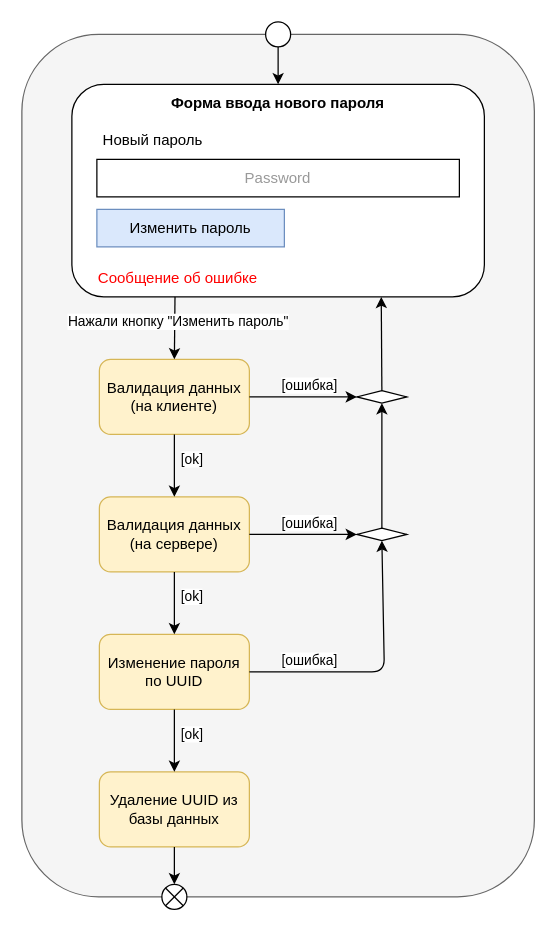
aVorotnikov/micro_design keeps this draw.io diagram as task2/raw/new_password.drawio. Above is the earlier version. Source tidied: cells renumbered, new cells numbered last; positions are measured from the earlier drawing's top-left corner, leaving out a move shared by most shapes. Both pictures are drawn from the tidied source at 125%, with x=0, y=0 at pixel (21, 21).
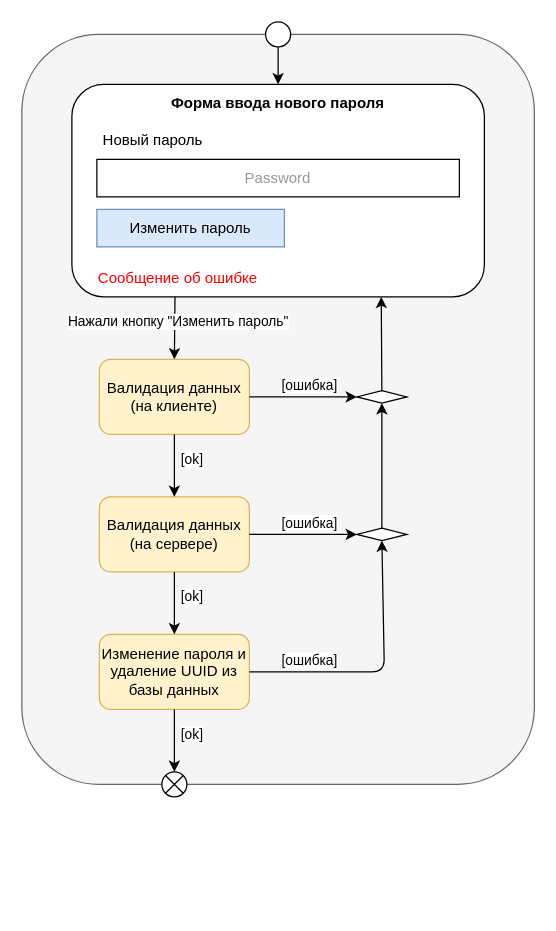
The same diagram, later.

Commit message (it also covers changes not shown here):
Упрощен ввод нового пароля

The edit, as a diff of the source:
```diff
@@
     <mxCell id="2" style="rounded=1;whiteSpace=wrap;html=1;fillColor=#f5f5f5;strokeColor=#666666;fontColor=#333333;" parent="1" vertex="1">
-      <mxGeometry y="10" width="410" height="690" as="geometry" />
+      <mxGeometry y="10" width="410" height="600" as="geometry" />
     </mxCell>
@@
-    <mxCell id="25" value="Изменение пароля по UUID" style="rounded=1;whiteSpace=wrap;html=1;fillColor=#fff2cc;strokeColor=#d6b656;" parent="1" vertex="1">
+    <mxCell id="25" value="Изменение пароля и удаление UUID из базы данных" style="rounded=1;whiteSpace=wrap;html=1;fillColor=#fff2cc;strokeColor=#d6b656;" parent="1" vertex="1">
       <mxGeometry x="62" y="490" width="120" height="60" as="geometry" />
     </mxCell>
@@
-    <mxCell id="30" value="Удаление UUID из базы данных" style="rounded=1;whiteSpace=wrap;html=1;fillColor=#fff2cc;strokeColor=#d6b656;" parent="1" vertex="1">
-      <mxGeometry x="62" y="600" width="120" height="60" as="geometry" />
-    </mxCell>
-    <mxCell id="31" style="endArrow=classic;html=1;rounded=1;entryX=0.5;entryY=0;entryDx=0;entryDy=0;curved=0;exitX=0.5;exitY=1;exitDx=0;exitDy=0;" parent="1" edge="1" source="25" target="30">
+    <mxCell id="31" style="endArrow=classic;html=1;rounded=1;entryX=0.5;entryY=0;entryDx=0;entryDy=0;curved=0;exitX=0.5;exitY=1;exitDx=0;exitDy=0;" parent="1" edge="1" source="25" target="33">
       <mxGeometry relative="1" as="geometry" />
     </mxCell>
@@
     <mxCell id="33" style="shape=sumEllipse;perimeter=ellipsePerimeter;html=1;backgroundOutline=1;" parent="1" vertex="1">
-      <mxGeometry x="112" y="690" width="20" height="20" as="geometry" />
+      <mxGeometry x="112" y="600" width="20" height="20" as="geometry" />
     </mxCell>
-    <mxCell id="34" style="endArrow=classic;html=1;rounded=1;entryX=0.5;entryY=0;entryDx=0;entryDy=0;curved=0;exitX=0.5;exitY=1;exitDx=0;exitDy=0;" parent="1" edge="1" source="30" target="33">
-      <mxGeometry relative="1" as="geometry" />
-    </mxCell>
```
